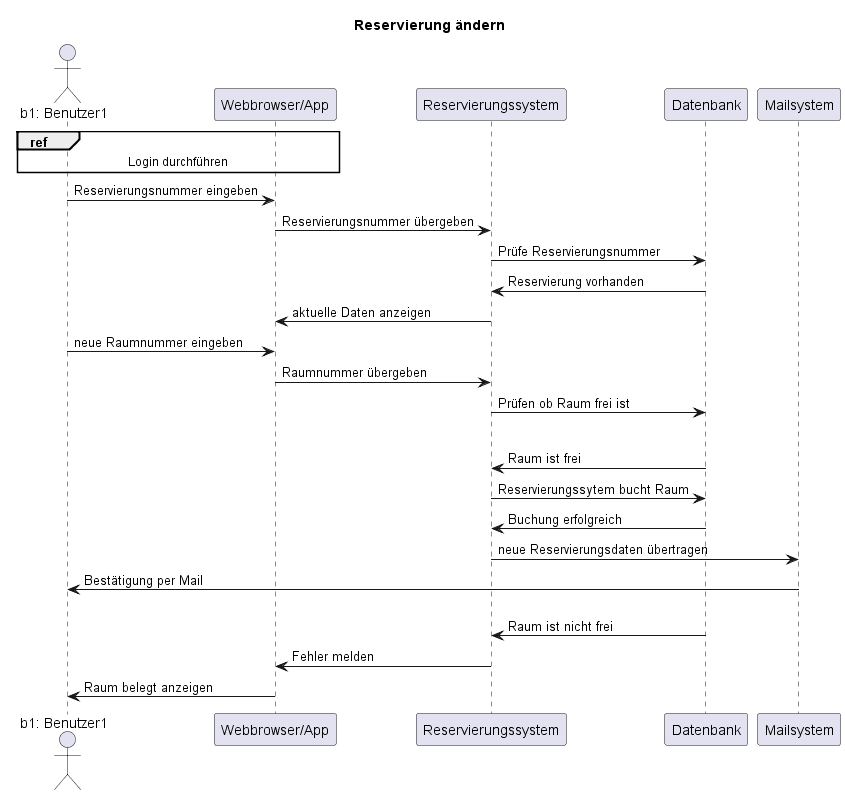
Earlier version of the PlantUML export out/Sequenzdiagramm/Sequenzdiagramm-1.png (fischy93/UML_Hagenberg2024-2025).
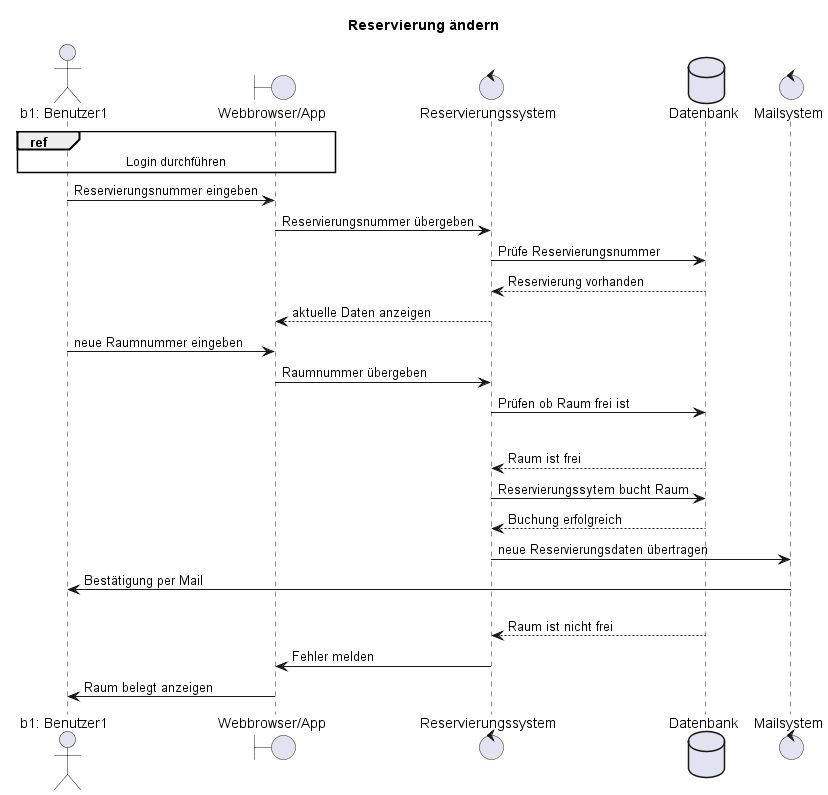
Above is the later version.

Commit message:
refactor: changed participant to the correct glyphs

What changed in the source:
```diff
@@ -3,29 +3,29 @@
 title "Reservierung ändern"
 
 actor "b1: Benutzer1" as b1
-participant "Webbrowser/App" as app
-participant "Reservierungssystem" as rs
-participant "Datenbank" as db
-participant "Mailsystem" as mail
+boundary "Webbrowser/App" as app
+control "Reservierungssystem" as rs
+database "Datenbank" as db
+control "Mailsystem" as mail
 ref over b1, app
     Login durchführen
 end ref
 b1 -> app: Reservierungsnummer eingeben
 app -> rs: Reservierungsnummer übergeben
 rs -> db: Prüfe Reservierungsnummer
-db -> rs: Reservierung vorhanden
-rs -> app: aktuelle Daten anzeigen
+db --> rs: Reservierung vorhanden
+rs --> app: aktuelle Daten anzeigen
 b1 -> app: neue Raumnummer eingeben
 app ->rs: Raumnummer übergeben
 rs -> db: Prüfen ob Raum frei ist
 alt Raum frei
-db -> rs: Raum ist frei
+db --> rs: Raum ist frei
 rs -> db: Reservierungssytem bucht Raum
-db -> rs: Buchung erfolgreich
+db --> rs: Buchung erfolgreich
 rs -> mail: neue Reservierungsdaten übertragen
 mail -> b1: Bestätigung per Mail
 else Raum nicht frei
-db -> rs: Raum ist nicht frei
+db --> rs: Raum ist nicht frei
 rs -> app: Fehler melden
 app -> b1: Raum belegt anzeigen
 
```
